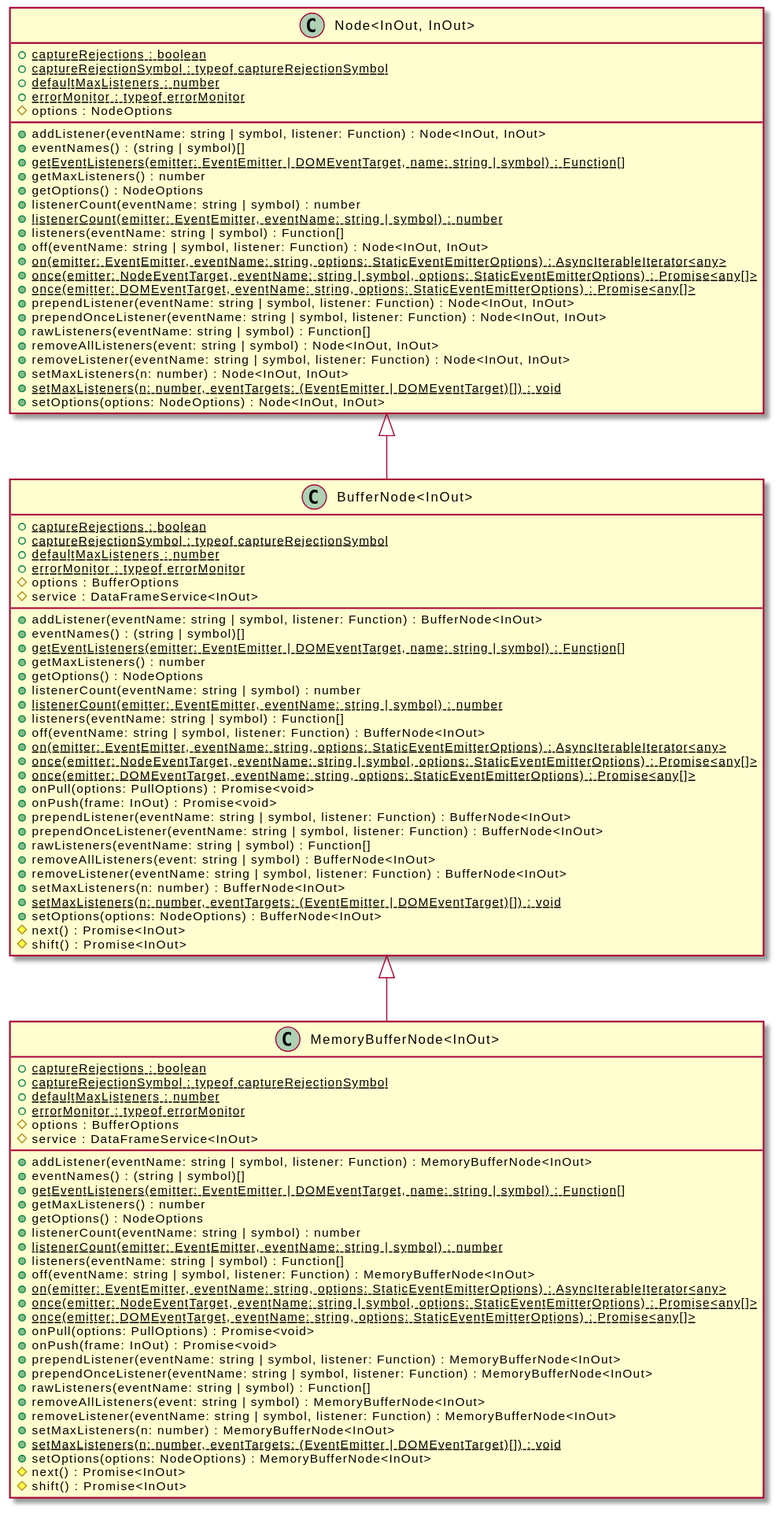
This is assets/BufferNode-umlClassDiagram-11932.svg from OpenHPS/openhps-core, a PlantUML export, as it was before one commit. Its diagram source:
```plantuml
@startuml
skinparam BackgroundColor transparent
hide empty methods
hide empty fields
class "BufferNode<InOut>" {
    {static} +captureRejections : boolean
    {static} +captureRejectionSymbol : typeof captureRejectionSymbol
    {static} +defaultMaxListeners : number
    {static} +errorMonitor : typeof errorMonitor
    #options : BufferOptions
    #service : DataFrameService<InOut>
    +addListener(eventName: string | symbol, listener: Function) : BufferNode<InOut>
    +eventNames() : (string | symbol)[]
    {static} +getEventListeners(emitter: EventEmitter | DOMEventTarget, name: string | symbol) : Function[]
    +getMaxListeners() : number
    +getOptions() : NodeOptions
    +listenerCount(eventName: string | symbol) : number
    {static} +listenerCount(emitter: EventEmitter, eventName: string | symbol) : number
    +listeners(eventName: string | symbol) : Function[]
    +off(eventName: string | symbol, listener: Function) : BufferNode<InOut>
    {static} +on(emitter: EventEmitter, eventName: string, options: StaticEventEmitterOptions) : AsyncIterableIterator<any>
    {static} +once(emitter: NodeEventTarget, eventName: string | symbol, options: StaticEventEmitterOptions) : Promise<any[]>
    {static} +once(emitter: DOMEventTarget, eventName: string, options: StaticEventEmitterOptions) : Promise<any[]>
    +onPull(options: PullOptions) : Promise<void>
    +onPush(frame: InOut) : Promise<void>
    +prependListener(eventName: string | symbol, listener: Function) : BufferNode<InOut>
    +prependOnceListener(eventName: string | symbol, listener: Function) : BufferNode<InOut>
    +rawListeners(eventName: string | symbol) : Function[]
    +removeAllListeners(event: string | symbol) : BufferNode<InOut>
    +removeListener(eventName: string | symbol, listener: Function) : BufferNode<InOut>
    +setMaxListeners(n: number) : BufferNode<InOut>
    {static} +setMaxListeners(n: number, eventTargets: (EventEmitter | DOMEventTarget)[]) : void
    +setOptions(options: NodeOptions) : BufferNode<InOut>
    #next() : Promise<InOut>
    #shift() : Promise<InOut>
}
class "Node<InOut, InOut>" {
    {static} +captureRejections : boolean
    {static} +captureRejectionSymbol : typeof captureRejectionSymbol
    {static} +defaultMaxListeners : number
    {static} +errorMonitor : typeof errorMonitor
    #options : NodeOptions
    +addListener(eventName: string | symbol, listener: Function) : Node<InOut, InOut>
    +eventNames() : (string | symbol)[]
    {static} +getEventListeners(emitter: EventEmitter | DOMEventTarget, name: string | symbol) : Function[]
    +getMaxListeners() : number
    +getOptions() : NodeOptions
    +listenerCount(eventName: string | symbol) : number
    {static} +listenerCount(emitter: EventEmitter, eventName: string | symbol) : number
    +listeners(eventName: string | symbol) : Function[]
    +off(eventName: string | symbol, listener: Function) : Node<InOut, InOut>
    {static} +on(emitter: EventEmitter, eventName: string, options: StaticEventEmitterOptions) : AsyncIterableIterator<any>
    {static} +once(emitter: NodeEventTarget, eventName: string | symbol, options: StaticEventEmitterOptions) : Promise<any[]>
    {static} +once(emitter: DOMEventTarget, eventName: string, options: StaticEventEmitterOptions) : Promise<any[]>
    +prependListener(eventName: string | symbol, listener: Function) : Node<InOut, InOut>
    +prependOnceListener(eventName: string | symbol, listener: Function) : Node<InOut, InOut>
    +rawListeners(eventName: string | symbol) : Function[]
    +removeAllListeners(event: string | symbol) : Node<InOut, InOut>
    +removeListener(eventName: string | symbol, listener: Function) : Node<InOut, InOut>
    +setMaxListeners(n: number) : Node<InOut, InOut>
    {static} +setMaxListeners(n: number, eventTargets: (EventEmitter | DOMEventTarget)[]) : void
    +setOptions(options: NodeOptions) : Node<InOut, InOut>
}
"Node<InOut, InOut>" <|-- "BufferNode<InOut>"
class "MemoryBufferNode<InOut>" {
    {static} +captureRejections : boolean
    {static} +captureRejectionSymbol : typeof captureRejectionSymbol
    {static} +defaultMaxListeners : number
    {static} +errorMonitor : typeof errorMonitor
    #options : BufferOptions
    #service : DataFrameService<InOut>
    +addListener(eventName: string | symbol, listener: Function) : MemoryBufferNode<InOut>
    +eventNames() : (string | symbol)[]
    {static} +getEventListeners(emitter: EventEmitter | DOMEventTarget, name: string | symbol) : Function[]
    +getMaxListeners() : number
    +getOptions() : NodeOptions
    +listenerCount(eventName: string | symbol) : number
    {static} +listenerCount(emitter: EventEmitter, eventName: string | symbol) : number
    +listeners(eventName: string | symbol) : Function[]
    +off(eventName: string | symbol, listener: Function) : MemoryBufferNode<InOut>
    {static} +on(emitter: EventEmitter, eventName: string, options: StaticEventEmitterOptions) : AsyncIterableIterator<any>
    {static} +once(emitter: NodeEventTarget, eventName: string | symbol, options: StaticEventEmitterOptions) : Promise<any[]>
    {static} +once(emitter: DOMEventTarget, eventName: string, options: StaticEventEmitterOptions) : Promise<any[]>
    +onPull(options: PullOptions) : Promise<void>
    +onPush(frame: InOut) : Promise<void>
    +prependListener(eventName: string | symbol, listener: Function) : MemoryBufferNode<InOut>
    +prependOnceListener(eventName: string | symbol, listener: Function) : MemoryBufferNode<InOut>
    +rawListeners(eventName: string | symbol) : Function[]
    +removeAllListeners(event: string | symbol) : MemoryBufferNode<InOut>
    +removeListener(eventName: string | symbol, listener: Function) : MemoryBufferNode<InOut>
    +setMaxListeners(n: number) : MemoryBufferNode<InOut>
    {static} +setMaxListeners(n: number, eventTargets: (EventEmitter | DOMEventTarget)[]) : void
    +setOptions(options: NodeOptions) : MemoryBufferNode<InOut>
    #next() : Promise<InOut>
    #shift() : Promise<InOut>
}
"BufferNode<InOut>" <|-- "MemoryBufferNode<InOut>"
@enduml
```
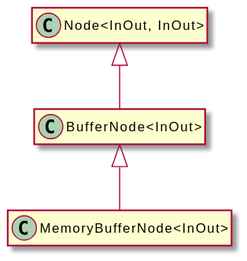
The same diagram one commit later.

Diff of the diagram source:
```diff
@@ -3,96 +3,11 @@
 hide empty methods
 hide empty fields
 class "BufferNode<InOut>" {
-    {static} +captureRejections : boolean
-    {static} +captureRejectionSymbol : typeof captureRejectionSymbol
-    {static} +defaultMaxListeners : number
-    {static} +errorMonitor : typeof errorMonitor
-    #options : BufferOptions
-    #service : DataFrameService<InOut>
-    +addListener(eventName: string | symbol, listener: Function) : BufferNode<InOut>
-    +eventNames() : (string | symbol)[]
-    {static} +getEventListeners(emitter: EventEmitter | DOMEventTarget, name: string | symbol) : Function[]
-    +getMaxListeners() : number
-    +getOptions() : NodeOptions
-    +listenerCount(eventName: string | symbol) : number
-    {static} +listenerCount(emitter: EventEmitter, eventName: string | symbol) : number
-    +listeners(eventName: string | symbol) : Function[]
-    +off(eventName: string | symbol, listener: Function) : BufferNode<InOut>
-    {static} +on(emitter: EventEmitter, eventName: string, options: StaticEventEmitterOptions) : AsyncIterableIterator<any>
-    {static} +once(emitter: NodeEventTarget, eventName: string | symbol, options: StaticEventEmitterOptions) : Promise<any[]>
-    {static} +once(emitter: DOMEventTarget, eventName: string, options: StaticEventEmitterOptions) : Promise<any[]>
-    +onPull(options: PullOptions) : Promise<void>
-    +onPush(frame: InOut) : Promise<void>
-    +prependListener(eventName: string | symbol, listener: Function) : BufferNode<InOut>
-    +prependOnceListener(eventName: string | symbol, listener: Function) : BufferNode<InOut>
-    +rawListeners(eventName: string | symbol) : Function[]
-    +removeAllListeners(event: string | symbol) : BufferNode<InOut>
-    +removeListener(eventName: string | symbol, listener: Function) : BufferNode<InOut>
-    +setMaxListeners(n: number) : BufferNode<InOut>
-    {static} +setMaxListeners(n: number, eventTargets: (EventEmitter | DOMEventTarget)[]) : void
-    +setOptions(options: NodeOptions) : BufferNode<InOut>
-    #next() : Promise<InOut>
-    #shift() : Promise<InOut>
 }
 class "Node<InOut, InOut>" {
-    {static} +captureRejections : boolean
-    {static} +captureRejectionSymbol : typeof captureRejectionSymbol
-    {static} +defaultMaxListeners : number
-    {static} +errorMonitor : typeof errorMonitor
-    #options : NodeOptions
-    +addListener(eventName: string | symbol, listener: Function) : Node<InOut, InOut>
-    +eventNames() : (string | symbol)[]
-    {static} +getEventListeners(emitter: EventEmitter | DOMEventTarget, name: string | symbol) : Function[]
-    +getMaxListeners() : number
-    +getOptions() : NodeOptions
-    +listenerCount(eventName: string | symbol) : number
-    {static} +listenerCount(emitter: EventEmitter, eventName: string | symbol) : number
-    +listeners(eventName: string | symbol) : Function[]
-    +off(eventName: string | symbol, listener: Function) : Node<InOut, InOut>
-    {static} +on(emitter: EventEmitter, eventName: string, options: StaticEventEmitterOptions) : AsyncIterableIterator<any>
-    {static} +once(emitter: NodeEventTarget, eventName: string | symbol, options: StaticEventEmitterOptions) : Promise<any[]>
-    {static} +once(emitter: DOMEventTarget, eventName: string, options: StaticEventEmitterOptions) : Promise<any[]>
-    +prependListener(eventName: string | symbol, listener: Function) : Node<InOut, InOut>
-    +prependOnceListener(eventName: string | symbol, listener: Function) : Node<InOut, InOut>
-    +rawListeners(eventName: string | symbol) : Function[]
-    +removeAllListeners(event: string | symbol) : Node<InOut, InOut>
-    +removeListener(eventName: string | symbol, listener: Function) : Node<InOut, InOut>
-    +setMaxListeners(n: number) : Node<InOut, InOut>
-    {static} +setMaxListeners(n: number, eventTargets: (EventEmitter | DOMEventTarget)[]) : void
-    +setOptions(options: NodeOptions) : Node<InOut, InOut>
 }
 "Node<InOut, InOut>" <|-- "BufferNode<InOut>"
 class "MemoryBufferNode<InOut>" {
-    {static} +captureRejections : boolean
-    {static} +captureRejectionSymbol : typeof captureRejectionSymbol
-    {static} +defaultMaxListeners : number
-    {static} +errorMonitor : typeof errorMonitor
-    #options : BufferOptions
-    #service : DataFrameService<InOut>
-    +addListener(eventName: string | symbol, listener: Function) : MemoryBufferNode<InOut>
-    +eventNames() : (string | symbol)[]
-    {static} +getEventListeners(emitter: EventEmitter | DOMEventTarget, name: string | symbol) : Function[]
-    +getMaxListeners() : number
-    +getOptions() : NodeOptions
-    +listenerCount(eventName: string | symbol) : number
-    {static} +listenerCount(emitter: EventEmitter, eventName: string | symbol) : number
-    +listeners(eventName: string | symbol) : Function[]
-    +off(eventName: string | symbol, listener: Function) : MemoryBufferNode<InOut>
-    {static} +on(emitter: EventEmitter, eventName: string, options: StaticEventEmitterOptions) : AsyncIterableIterator<any>
-    {static} +once(emitter: NodeEventTarget, eventName: string | symbol, options: StaticEventEmitterOptions) : Promise<any[]>
-    {static} +once(emitter: DOMEventTarget, eventName: string, options: StaticEventEmitterOptions) : Promise<any[]>
-    +onPull(options: PullOptions) : Promise<void>
-    +onPush(frame: InOut) : Promise<void>
-    +prependListener(eventName: string | symbol, listener: Function) : MemoryBufferNode<InOut>
-    +prependOnceListener(eventName: string | symbol, listener: Function) : MemoryBufferNode<InOut>
-    +rawListeners(eventName: string | symbol) : Function[]
-    +removeAllListeners(event: string | symbol) : MemoryBufferNode<InOut>
-    +removeListener(eventName: string | symbol, listener: Function) : MemoryBufferNode<InOut>
-    +setMaxListeners(n: number) : MemoryBufferNode<InOut>
-    {static} +setMaxListeners(n: number, eventTargets: (EventEmitter | DOMEventTarget)[]) : void
-    +setOptions(options: NodeOptions) : MemoryBufferNode<InOut>
-    #next() : Promise<InOut>
-    #shift() : Promise<InOut>
 }
 "BufferNode<InOut>" <|-- "MemoryBufferNode<InOut>"
 @enduml
```
